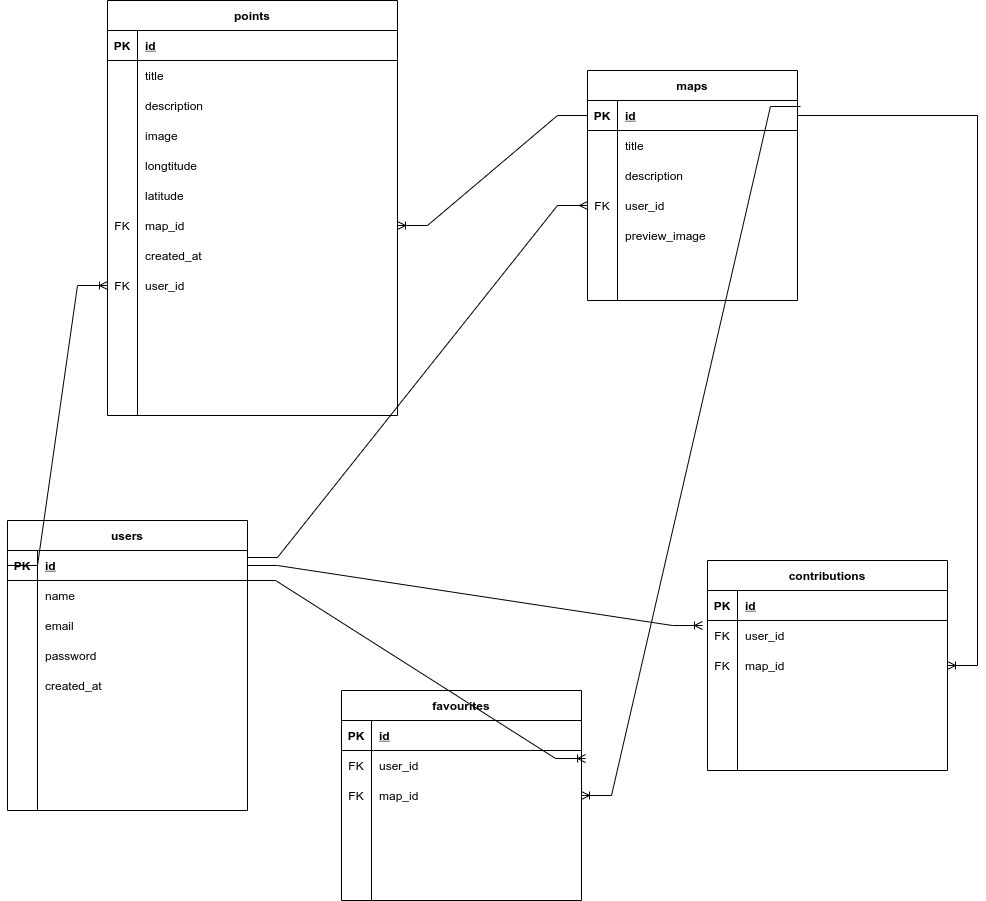
Before: docs/ERD wikimaps.drawio.png, a diagram exported from draw.io (KewlKewlKewl/bestwikimaps). Source tidied: cells renumbered, new cells last; positions are measured from the earlier drawing's top-left corner, leaving out a move shared by most shapes.
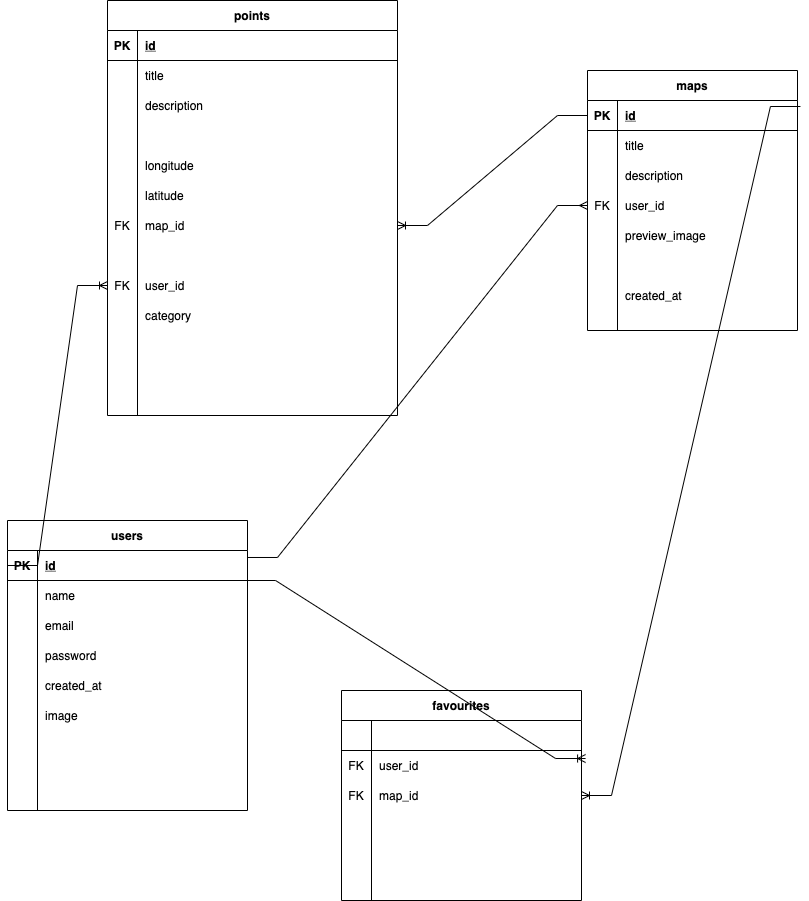
After the commit.

What changed in the source:
```diff
@@ -56,11 +56,11 @@
     <mxCell id="19" style="shape=partialRectangle;fillColor=none;top=0;left=0;bottom=0;right=0;overflow=hidden;" parent="18" vertex="1">
       <mxGeometry width="30" height="30" as="geometry" />
     </mxCell>
-    <mxCell id="20" style="shape=partialRectangle;fillColor=none;top=0;left=0;bottom=0;right=0;align=left;spacingLeft=6;overflow=hidden;" parent="18" vertex="1">
+    <mxCell id="20" value="image" style="shape=partialRectangle;fillColor=none;top=0;left=0;bottom=0;right=0;align=left;spacingLeft=6;overflow=hidden;" parent="18" vertex="1">
       <mxGeometry x="30" width="210" height="30" as="geometry" />
     </mxCell>
     <mxCell id="21" value="maps" style="shape=table;startSize=30;rowLines=0;fontStyle=1;align=center;" parent="1" vertex="1">
-      <mxGeometry x="580" y="70" width="210" height="230" as="geometry" />
+      <mxGeometry x="580" y="70" width="210" height="260" as="geometry" />
     </mxCell>
     <mxCell id="22" style="shape=partialRectangle;fillColor=none;top=0;left=0;bottom=1;right=0;points=[[0,0.5],[1,0.5]];portConstraint=eastwest;" parent="21" vertex="1">
       <mxGeometry y="30" width="210" height="30" as="geometry" />
@@ -116,16 +116,25 @@
     <mxCell id="39" style="shape=partialRectangle;fillColor=none;top=0;left=0;bottom=0;right=0;align=left;spacingLeft=6;overflow=hidden;" parent="37" vertex="1">
       <mxGeometry x="30" width="180" height="30" as="geometry" />
     </mxCell>
+    <mxCell id="104" style="shape=partialRectangle;fillColor=none;top=0;left=0;bottom=0;right=0;" parent="21" vertex="1">
+      <mxGeometry y="210" width="210" height="30" as="geometry" />
+    </mxCell>
+    <mxCell id="95" style="shape=partialRectangle;fillColor=none;top=0;left=0;bottom=0;right=0;overflow=hidden;" parent="104" vertex="1">
+      <mxGeometry width="30" height="30" as="geometry" />
+    </mxCell>
+    <mxCell id="105" value="created_at" style="shape=partialRectangle;fillColor=none;top=0;left=0;bottom=0;right=0;align=left;spacingLeft=6;overflow=hidden;" parent="104" vertex="1">
+      <mxGeometry x="30" width="180" height="30" as="geometry" />
+    </mxCell>
     <mxCell id="40" value="favourites" style="shape=table;startSize=30;rowLines=0;fontStyle=1;align=center;" parent="1" vertex="1">
       <mxGeometry x="334" y="690" width="240" height="210" as="geometry" />
     </mxCell>
     <mxCell id="41" style="shape=partialRectangle;fillColor=none;top=0;left=0;bottom=1;right=0;" parent="40" vertex="1">
       <mxGeometry y="30" width="240" height="30" as="geometry" />
     </mxCell>
-    <mxCell id="42" value="PK" style="shape=partialRectangle;fillColor=none;top=0;left=0;bottom=0;right=0;fontStyle=1;overflow=hidden;" parent="41" vertex="1">
+    <mxCell id="42" style="shape=partialRectangle;fillColor=none;top=0;left=0;bottom=0;right=0;fontStyle=1;overflow=hidden;" parent="41" vertex="1">
       <mxGeometry width="30" height="30" as="geometry" />
     </mxCell>
-    <mxCell id="43" value="id" style="shape=partialRectangle;fillColor=none;top=0;left=0;bottom=0;right=0;align=left;spacingLeft=6;fontStyle=5;overflow=hidden;" parent="41" vertex="1">
+    <mxCell id="43" style="shape=partialRectangle;fillColor=none;top=0;left=0;bottom=0;right=0;align=left;spacingLeft=6;fontStyle=5;overflow=hidden;" parent="41" vertex="1">
       <mxGeometry x="30" width="210" height="30" as="geometry" />
     </mxCell>
     <mxCell id="44" style="shape=partialRectangle;fillColor=none;top=0;left=0;bottom=0;right=0;points=[[0,0.5],[1,0.5]];portConstraint=eastwest;" parent="40" vertex="1">
@@ -191,7 +200,7 @@
     <mxCell id="64" style="shape=partialRectangle;fillColor=none;top=0;left=0;bottom=0;right=0;overflow=hidden;" parent="63" vertex="1">
       <mxGeometry width="30" height="30" as="geometry" />
     </mxCell>
-    <mxCell id="65" value="image" style="shape=partialRectangle;fillColor=none;top=0;left=0;bottom=0;right=0;align=left;spacingLeft=6;overflow=hidden;" parent="63" vertex="1">
+    <mxCell id="65" style="shape=partialRectangle;fillColor=none;top=0;left=0;bottom=0;right=0;align=left;spacingLeft=6;overflow=hidden;" parent="63" vertex="1">
       <mxGeometry x="30" width="260" height="30" as="geometry" />
     </mxCell>
     <mxCell id="66" style="shape=partialRectangle;fillColor=none;top=0;left=0;bottom=0;right=0;" parent="53" vertex="1">
@@ -200,7 +209,7 @@
     <mxCell id="67" style="shape=partialRectangle;fillColor=none;top=0;left=0;bottom=0;right=0;overflow=hidden;" parent="66" vertex="1">
       <mxGeometry width="30" height="30" as="geometry" />
     </mxCell>
-    <mxCell id="68" value="longtitude" style="shape=partialRectangle;fillColor=none;top=0;left=0;bottom=0;right=0;align=left;spacingLeft=6;overflow=hidden;" parent="66" vertex="1">
+    <mxCell id="68" value="longitude" style="shape=partialRectangle;fillColor=none;top=0;left=0;bottom=0;right=0;align=left;spacingLeft=6;overflow=hidden;" parent="66" vertex="1">
       <mxGeometry x="30" width="260" height="30" as="geometry" />
     </mxCell>
     <mxCell id="69" style="shape=partialRectangle;fillColor=none;top=0;left=0;bottom=0;right=0;" parent="53" vertex="1">
@@ -227,7 +236,7 @@
     <mxCell id="76" style="shape=partialRectangle;fillColor=none;top=0;left=0;bottom=0;right=0;overflow=hidden;" parent="75" vertex="1">
       <mxGeometry width="30" height="30" as="geometry" />
     </mxCell>
-    <mxCell id="77" value="created_at " style="shape=partialRectangle;fillColor=none;top=0;left=0;bottom=0;right=0;align=left;spacingLeft=6;overflow=hidden;" parent="75" vertex="1">
+    <mxCell id="77" style="shape=partialRectangle;fillColor=none;top=0;left=0;bottom=0;right=0;align=left;spacingLeft=6;overflow=hidden;" parent="75" vertex="1">
       <mxGeometry x="30" width="260" height="30" as="geometry" />
     </mxCell>
     <mxCell id="78" style="shape=partialRectangle;fillColor=none;top=0;left=0;bottom=0;right=0;points=[[0,0.5],[1,0.5]];portConstraint=eastwest;" parent="53" vertex="1">
@@ -245,66 +254,21 @@
     <mxCell id="82" style="shape=partialRectangle;fillColor=none;top=0;left=0;bottom=0;right=0;overflow=hidden;" parent="81" vertex="1">
       <mxGeometry width="30" height="30" as="geometry" />
     </mxCell>
-    <mxCell id="83" style="shape=partialRectangle;fillColor=none;top=0;left=0;bottom=0;right=0;align=left;spacingLeft=6;overflow=hidden;" parent="81" vertex="1">
+    <mxCell id="83" value="category" style="shape=partialRectangle;fillColor=none;top=0;left=0;bottom=0;right=0;align=left;spacingLeft=6;overflow=hidden;" parent="81" vertex="1">
       <mxGeometry x="30" width="260" height="30" as="geometry" />
     </mxCell>
-    <mxCell id="84" value="contributions" style="shape=table;startSize=30;rowLines=0;fontStyle=1;align=center;" parent="1" vertex="1">
-      <mxGeometry x="700" y="560" width="240" height="210" as="geometry" />
-    </mxCell>
-    <mxCell id="85" style="shape=partialRectangle;fillColor=none;top=0;left=0;bottom=1;right=0;" parent="84" vertex="1">
-      <mxGeometry y="30" width="240" height="30" as="geometry" />
-    </mxCell>
-    <mxCell id="86" value="PK" style="shape=partialRectangle;fillColor=none;top=0;left=0;bottom=0;right=0;fontStyle=1;overflow=hidden;" parent="85" vertex="1">
-      <mxGeometry width="30" height="30" as="geometry" />
-    </mxCell>
-    <mxCell id="87" value="id" style="shape=partialRectangle;fillColor=none;top=0;left=0;bottom=0;right=0;align=left;spacingLeft=6;fontStyle=5;overflow=hidden;" parent="85" vertex="1">
-      <mxGeometry x="30" width="210" height="30" as="geometry" />
-    </mxCell>
-    <mxCell id="88" style="shape=partialRectangle;fillColor=none;top=0;left=0;bottom=0;right=0;points=[[0,0.5],[1,0.5]];portConstraint=eastwest;" parent="84" vertex="1">
-      <mxGeometry y="60" width="240" height="30" as="geometry" />
-    </mxCell>
-    <mxCell id="89" value="FK" style="shape=partialRectangle;fillColor=none;top=0;left=0;bottom=0;right=0;overflow=hidden;" parent="88" vertex="1">
-      <mxGeometry width="30" height="30" as="geometry" />
-    </mxCell>
-    <mxCell id="90" value="user_id" style="shape=partialRectangle;fillColor=none;top=0;left=0;bottom=0;right=0;align=left;spacingLeft=6;overflow=hidden;" parent="88" vertex="1">
-      <mxGeometry x="30" width="210" height="30" as="geometry" />
-    </mxCell>
-    <mxCell id="91" style="shape=partialRectangle;fillColor=none;top=0;left=0;bottom=0;right=0;points=[[0,0.5],[1,0.5]];portConstraint=eastwest;" parent="84" vertex="1">
-      <mxGeometry y="90" width="240" height="30" as="geometry" />
-    </mxCell>
-    <mxCell id="92" value="FK" style="shape=partialRectangle;fillColor=none;top=0;left=0;bottom=0;right=0;overflow=hidden;" parent="91" vertex="1">
-      <mxGeometry width="30" height="30" as="geometry" />
-    </mxCell>
-    <mxCell id="93" value="map_id" style="shape=partialRectangle;fillColor=none;top=0;left=0;bottom=0;right=0;align=left;spacingLeft=6;overflow=hidden;" parent="91" vertex="1">
-      <mxGeometry x="30" width="210" height="30" as="geometry" />
-    </mxCell>
-    <mxCell id="94" style="shape=partialRectangle;fillColor=none;top=0;left=0;bottom=0;right=0;" parent="84" vertex="1">
-      <mxGeometry y="120" width="240" height="30" as="geometry" />
-    </mxCell>
-    <mxCell id="95" style="shape=partialRectangle;fillColor=none;top=0;left=0;bottom=0;right=0;overflow=hidden;" parent="94" vertex="1">
-      <mxGeometry width="30" height="30" as="geometry" />
-    </mxCell>
-    <mxCell id="96" style="shape=partialRectangle;fillColor=none;top=0;left=0;bottom=0;right=0;align=left;spacingLeft=6;overflow=hidden;" parent="94" vertex="1">
-      <mxGeometry x="30" width="210" height="30" as="geometry" />
-    </mxCell>
     <mxCell id="97" style="edgeStyle=entityRelationEdgeStyle;fontSize=12;html=1;endArrow=ERmany;rounded=0;entryX=0;entryY=0.5;entryDx=0;entryDy=0;exitX=1;exitY=0.233;exitDx=0;exitDy=0;exitPerimeter=0;" parent="1" edge="1" source="3" target="31">
       <mxGeometry relative="1" as="geometry" />
     </mxCell>
     <mxCell id="98" style="edgeStyle=entityRelationEdgeStyle;fontSize=12;html=1;endArrow=ERoneToMany;rounded=0;entryX=1.017;entryY=0.267;entryDx=0;entryDy=0;entryPerimeter=0;exitX=0.992;exitY=1;exitDx=0;exitDy=0;exitPerimeter=0;" parent="1" edge="1" source="3" target="44">
       <mxGeometry relative="1" as="geometry" />
     </mxCell>
-    <mxCell id="99" style="edgeStyle=entityRelationEdgeStyle;fontSize=12;html=1;endArrow=ERoneToMany;rounded=0;" parent="1" edge="1" source="22" target="91">
-      <mxGeometry relative="1" as="geometry" />
-    </mxCell>
     <mxCell id="100" style="edgeStyle=entityRelationEdgeStyle;fontSize=12;html=1;endArrow=ERoneToMany;rounded=0;entryX=1;entryY=0.5;entryDx=0;entryDy=0;exitX=1.014;exitY=0.2;exitDx=0;exitDy=0;exitPerimeter=0;" parent="1" edge="1" source="22" target="47">
       <mxGeometry relative="1" as="geometry" />
     </mxCell>
     <mxCell id="101" style="edgeStyle=entityRelationEdgeStyle;fontSize=12;html=1;endArrow=ERoneToMany;rounded=0;exitX=0;exitY=0.5;exitDx=0;exitDy=0;" parent="1" edge="1" source="22" target="72">
       <mxGeometry relative="1" as="geometry" />
     </mxCell>
-    <mxCell id="102" style="edgeStyle=entityRelationEdgeStyle;fontSize=12;html=1;endArrow=ERoneToMany;rounded=0;entryX=-0.021;entryY=0.167;entryDx=0;entryDy=0;entryPerimeter=0;exitX=1;exitY=0.5;exitDx=0;exitDy=0;" parent="1" edge="1" source="3" target="88">
-      <mxGeometry relative="1" as="geometry" />
-    </mxCell>
     <mxCell id="103" style="edgeStyle=entityRelationEdgeStyle;fontSize=12;html=1;endArrow=ERoneToMany;rounded=0;entryX=0;entryY=0.5;entryDx=0;entryDy=0;exitX=0;exitY=0.5;exitDx=0;exitDy=0;" parent="1" edge="1" source="3" target="78">
       <mxGeometry relative="1" as="geometry" />
     </mxCell>
```
